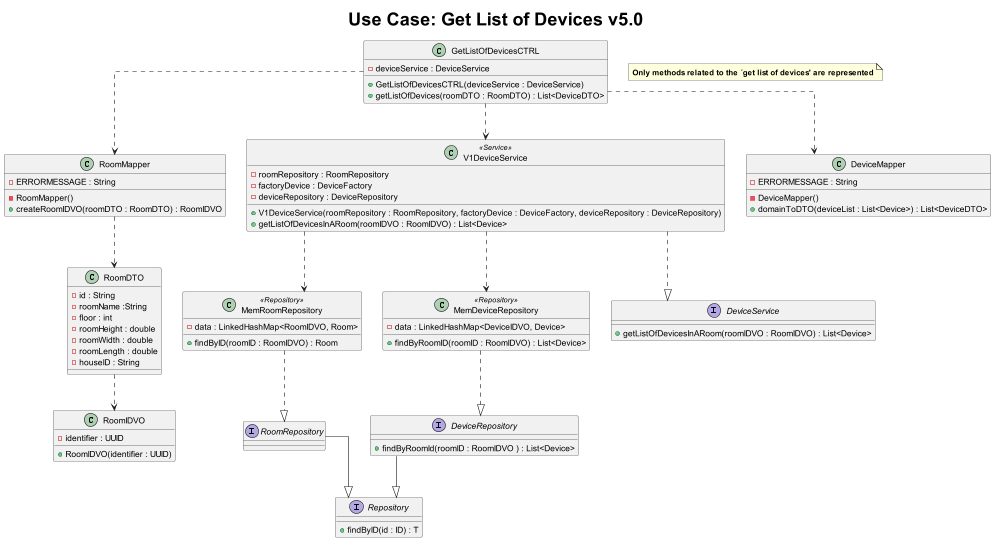
Above: Docs/_archive/sprint5/usecases/GetListOfDevices_ClassDiagram_v5.0.png in AfonsoNeves77/smartHouse (PlantUML), before the change.
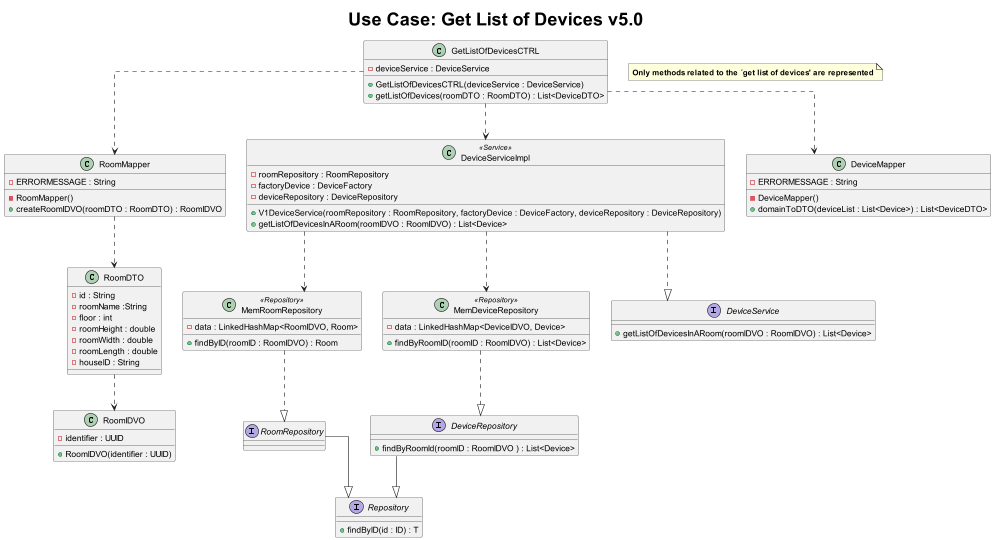
Later version of the same file.

Change to the diagram source:
```diff
@@ -42,7 +42,7 @@
 }
 
 
-class V1DeviceService <<Service>>{
+class DeviceServiceImpl <<Service>>{
      - roomRepository : RoomRepository
      - factoryDevice : DeviceFactory
      - deviceRepository : DeviceRepository
@@ -83,10 +83,10 @@
  RoomMapper ..> RoomDTO
  RoomDTO ..> RoomIDVO
 
- GetListOfDevicesCTRL ..> V1DeviceService
- V1DeviceService ..> MemDeviceRepository
- V1DeviceService ..> MemRoomRepository
- V1DeviceService ..|> DeviceService
+ GetListOfDevicesCTRL ..> DeviceServiceImpl
+ DeviceServiceImpl ..> MemDeviceRepository
+ DeviceServiceImpl ..> MemRoomRepository
+ DeviceServiceImpl ..|> DeviceService
 
  GetListOfDevicesCTRL ..> DeviceMapper
 
```
